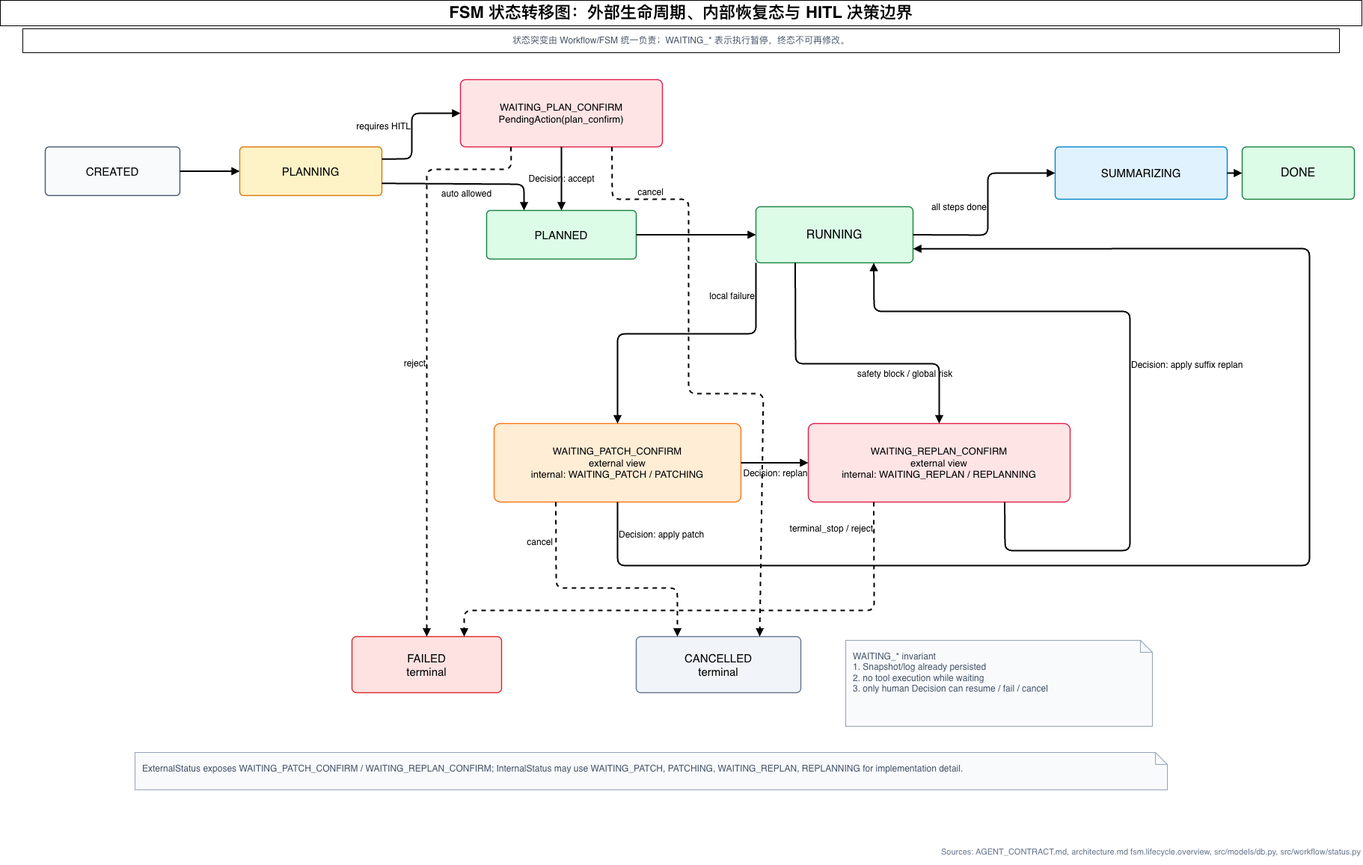
This is paper/figures/fsm-state-transition.drawio.png from Yuri-Kon/thesis-project, a draw.io export, as it was before one commit. Source tidied: cells renumbered, new cells last; positions are measured from the earlier drawing's top-left corner, leaving out a move shared by most shapes.
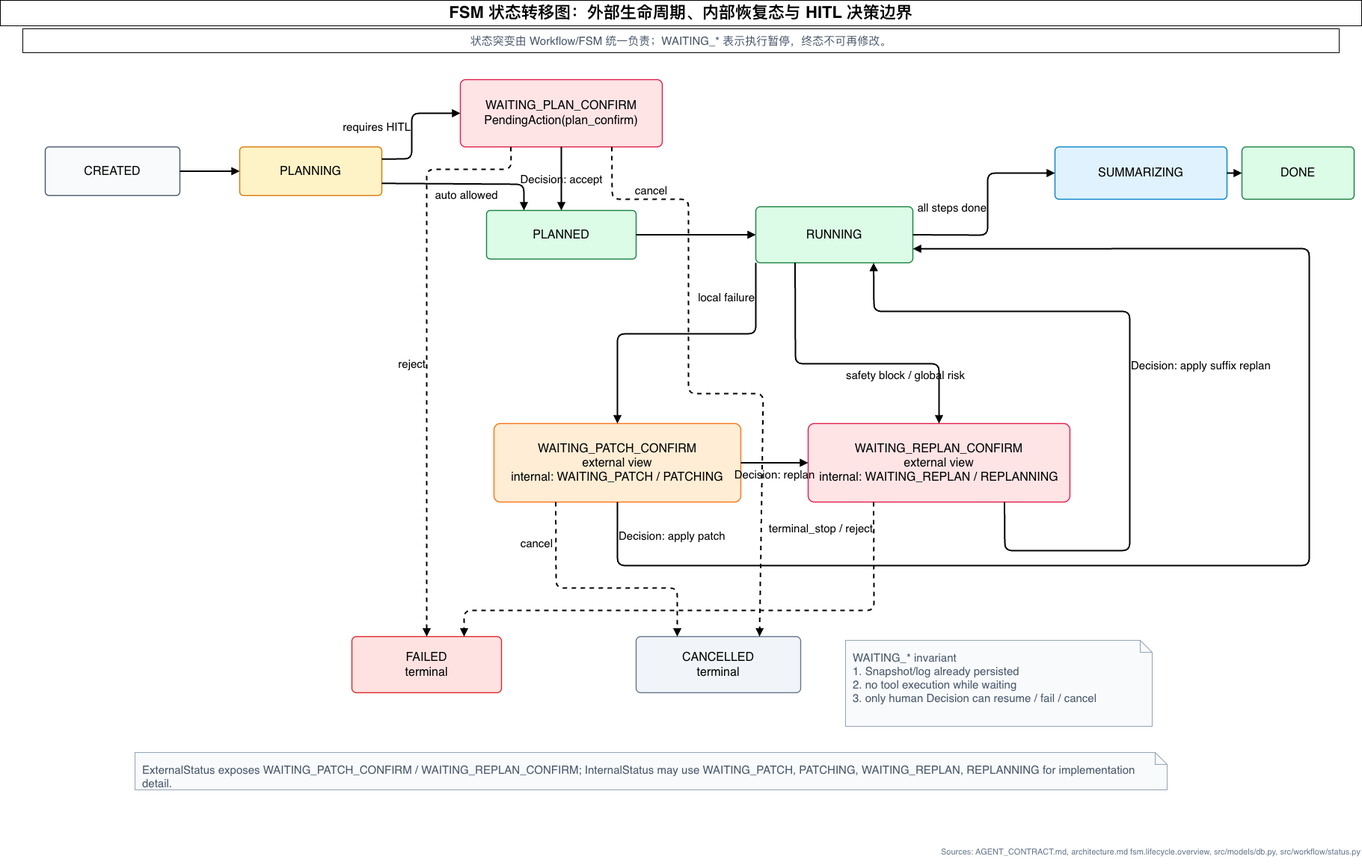
The same file after the commit.

The edit, as a diff of the source:
```diff
@@ -7,15 +7,15 @@
     </mxCell>
-    <mxCell id="3" value="状态突变由 Workflow/FSM 统一负责；WAITING_* 表示执行暂停，终态不可再修改。" style="fontFamily=Helvetica;fontSize=12;fontColor=#475569;align=center;verticalAlign=middle;whiteSpace=wrap;html=1;" parent="1" vertex="1">
+    <mxCell id="3" value="&lt;font style=&quot;font-size: 15px;&quot;&gt;状态突变由 Workflow/FSM 统一负责；WAITING_* 表示执行暂停，终态不可再修改。&lt;/font&gt;" style="fontFamily=Helvetica;fontSize=12;fontColor=#475569;align=center;verticalAlign=middle;whiteSpace=wrap;html=1;" parent="1" vertex="1">
       <mxGeometry x="30" y="38" width="1760" height="32" as="geometry" />
     </mxCell>
-    <mxCell id="4" value="CREATED" style="rounded=1;whiteSpace=wrap;html=1;arcSize=8;fillColor=#F8FAFC;strokeColor=#475569;strokeWidth=1.4;fontFamily=Helvetica;fontSize=15;align=center;verticalAlign=middle;spacing=8;" parent="1" vertex="1">
+    <mxCell id="4" value="CREATED" style="rounded=1;whiteSpace=wrap;html=1;arcSize=8;fillColor=#F8FAFC;strokeColor=#475569;strokeWidth=1.4;fontFamily=Helvetica;fontSize=16;align=center;verticalAlign=middle;spacing=8;" parent="1" vertex="1">
       <mxGeometry x="60" y="196" width="180" height="65" as="geometry" />
     </mxCell>
-    <mxCell id="5" value="PLANNING" style="rounded=1;whiteSpace=wrap;html=1;arcSize=8;fillColor=#FEF3C7;strokeColor=#D97706;strokeWidth=1.4;fontFamily=Helvetica;fontSize=15;align=center;verticalAlign=middle;spacing=8;" parent="1" vertex="1">
+    <mxCell id="5" value="PLANNING" style="rounded=1;whiteSpace=wrap;html=1;arcSize=8;fillColor=#FEF3C7;strokeColor=#D97706;strokeWidth=1.4;fontFamily=Helvetica;fontSize=16;align=center;verticalAlign=middle;spacing=8;" parent="1" vertex="1">
       <mxGeometry x="320" y="196" width="190" height="65" as="geometry" />
     </mxCell>
-    <mxCell id="6" value="WAITING_PLAN_CONFIRM&lt;br&gt;PendingAction(plan_confirm)" style="rounded=1;whiteSpace=wrap;html=1;arcSize=8;fillColor=#FFE4E6;strokeColor=#E11D48;strokeWidth=1.4;fontFamily=Helvetica;fontSize=13;align=center;verticalAlign=middle;spacing=8;" parent="1" vertex="1">
+    <mxCell id="6" value="WAITING_PLAN_CONFIRM&lt;br&gt;PendingAction(plan_confirm)" style="rounded=1;whiteSpace=wrap;html=1;arcSize=8;fillColor=#FFE4E6;strokeColor=#E11D48;strokeWidth=1.4;fontFamily=Helvetica;fontSize=16;align=center;verticalAlign=middle;spacing=8;" parent="1" vertex="1">
       <mxGeometry x="615" y="106" width="270" height="90" as="geometry" />
     </mxCell>
-    <mxCell id="7" value="PLANNED" style="rounded=1;whiteSpace=wrap;html=1;arcSize=8;fillColor=#DCFCE7;strokeColor=#15803D;strokeWidth=1.4;fontFamily=Helvetica;fontSize=15;align=center;verticalAlign=middle;spacing=8;" parent="1" vertex="1">
+    <mxCell id="7" value="PLANNED" style="rounded=1;whiteSpace=wrap;html=1;arcSize=8;fillColor=#DCFCE7;strokeColor=#15803D;strokeWidth=1.4;fontFamily=Helvetica;fontSize=16;align=center;verticalAlign=middle;spacing=8;" parent="1" vertex="1">
       <mxGeometry x="650" y="281" width="200" height="65" as="geometry" />
@@ -25,3 +25,3 @@
     </mxCell>
-    <mxCell id="9" value="SUMMARIZING" style="rounded=1;whiteSpace=wrap;html=1;arcSize=8;fillColor=#E0F2FE;strokeColor=#0284C7;strokeWidth=1.4;fontFamily=Helvetica;fontSize=15;align=center;verticalAlign=middle;spacing=8;" parent="1" vertex="1">
+    <mxCell id="9" value="SUMMARIZING" style="rounded=1;whiteSpace=wrap;html=1;arcSize=8;fillColor=#E0F2FE;strokeColor=#0284C7;strokeWidth=1.4;fontFamily=Helvetica;fontSize=16;align=center;verticalAlign=middle;spacing=8;" parent="1" vertex="1">
       <mxGeometry x="1410" y="196" width="230" height="70" as="geometry" />
@@ -31,12 +31,12 @@
     </mxCell>
-    <mxCell id="11" value="WAITING_PATCH_CONFIRM&lt;br&gt;external view&lt;br&gt;internal: WAITING_PATCH / PATCHING" style="rounded=1;whiteSpace=wrap;html=1;arcSize=8;fillColor=#FFEDD5;strokeColor=#F97316;strokeWidth=1.4;fontFamily=Helvetica;fontSize=13;align=center;verticalAlign=middle;spacing=8;" parent="1" vertex="1">
+    <mxCell id="11" value="WAITING_PATCH_CONFIRM&lt;br&gt;external view&lt;br&gt;internal: WAITING_PATCH / PATCHING" style="rounded=1;whiteSpace=wrap;html=1;arcSize=8;fillColor=#FFEDD5;strokeColor=#F97316;strokeWidth=1.4;fontFamily=Helvetica;fontSize=16;align=center;verticalAlign=middle;spacing=8;" parent="1" vertex="1">
       <mxGeometry x="660" y="566" width="330" height="105" as="geometry" />
     </mxCell>
-    <mxCell id="12" value="WAITING_REPLAN_CONFIRM&lt;br&gt;external view&lt;br&gt;internal: WAITING_REPLAN / REPLANNING" style="rounded=1;whiteSpace=wrap;html=1;arcSize=8;fillColor=#FFE4E6;strokeColor=#E11D48;strokeWidth=1.4;fontFamily=Helvetica;fontSize=13;align=center;verticalAlign=middle;spacing=8;" parent="1" vertex="1">
+    <mxCell id="12" value="WAITING_REPLAN_CONFIRM&lt;br&gt;external view&lt;br&gt;internal: WAITING_REPLAN / REPLANNING" style="rounded=1;whiteSpace=wrap;html=1;arcSize=8;fillColor=#FFE4E6;strokeColor=#E11D48;strokeWidth=1.4;fontFamily=Helvetica;fontSize=16;align=center;verticalAlign=middle;spacing=8;" parent="1" vertex="1">
       <mxGeometry x="1080" y="566" width="350" height="105" as="geometry" />
     </mxCell>
-    <mxCell id="13" value="FAILED&lt;br&gt;terminal" style="rounded=1;whiteSpace=wrap;html=1;arcSize=8;fillColor=#FEE2E2;strokeColor=#DC2626;strokeWidth=1.4;fontFamily=Helvetica;fontSize=15;align=center;verticalAlign=middle;spacing=8;" parent="1" vertex="1">
+    <mxCell id="13" value="FAILED&lt;br&gt;terminal" style="rounded=1;whiteSpace=wrap;html=1;arcSize=8;fillColor=#FEE2E2;strokeColor=#DC2626;strokeWidth=1.4;fontFamily=Helvetica;fontSize=16;align=center;verticalAlign=middle;spacing=8;" parent="1" vertex="1">
       <mxGeometry x="470" y="851" width="200" height="75" as="geometry" />
     </mxCell>
-    <mxCell id="14" value="CANCELLED&lt;br&gt;terminal" style="rounded=1;whiteSpace=wrap;html=1;arcSize=8;fillColor=#F1F5F9;strokeColor=#64748B;strokeWidth=1.4;fontFamily=Helvetica;fontSize=15;align=center;verticalAlign=middle;spacing=8;" parent="1" vertex="1">
+    <mxCell id="14" value="CANCELLED&lt;br&gt;terminal" style="rounded=1;whiteSpace=wrap;html=1;arcSize=8;fillColor=#F1F5F9;strokeColor=#64748B;strokeWidth=1.4;fontFamily=Helvetica;fontSize=16;align=center;verticalAlign=middle;spacing=8;" parent="1" vertex="1">
       <mxGeometry x="850" y="851" width="220" height="75" as="geometry" />
@@ -46,3 +46,3 @@
     </mxCell>
-    <mxCell id="16" value="requires HITL" style="endArrow=block;html=1;rounded=1;strokeWidth=2;fontSize=12;fontFamily=Helvetica;labelBackgroundColor=none;exitX=1;exitY=0.25;exitDx=0;exitDy=0;entryX=0;entryY=0.5;entryDx=0;entryDy=0;labelPosition=left;verticalLabelPosition=middle;align=right;verticalAlign=middle;" parent="1" edge="1" source="5" target="6">
+    <mxCell id="16" value="requires HITL" style="endArrow=block;html=1;rounded=1;strokeWidth=2;fontSize=15;fontFamily=Helvetica;labelBackgroundColor=none;exitX=1;exitY=0.25;exitDx=0;exitDy=0;entryX=0;entryY=0.5;entryDx=0;entryDy=0;labelPosition=left;verticalLabelPosition=middle;align=right;verticalAlign=middle;" parent="1" edge="1" source="5" target="6">
       <mxGeometry relative="1" as="geometry">
@@ -54,3 +54,3 @@
     </mxCell>
-    <mxCell id="17" value="auto allowed" style="endArrow=block;html=1;rounded=1;strokeWidth=2;fontSize=12;fontFamily=Helvetica;labelBackgroundColor=none;entryX=0.25;entryY=0;entryDx=0;entryDy=0;exitX=1;exitY=0.75;exitDx=0;exitDy=0;labelPosition=center;verticalLabelPosition=bottom;align=center;verticalAlign=top;" parent="1" edge="1" source="5" target="7">
+    <mxCell id="17" value="auto allowed" style="endArrow=block;html=1;rounded=1;strokeWidth=2;fontSize=15;fontFamily=Helvetica;labelBackgroundColor=none;entryX=0.25;entryY=0;entryDx=0;entryDy=0;exitX=1;exitY=0.75;exitDx=0;exitDy=0;labelPosition=center;verticalLabelPosition=bottom;align=center;verticalAlign=top;" parent="1" edge="1" source="5" target="7">
       <mxGeometry relative="1" as="geometry">
@@ -61,9 +61,9 @@
     </mxCell>
-    <mxCell id="18" value="Decision: accept" style="endArrow=block;html=1;rounded=1;strokeWidth=2;fontSize=12;fontFamily=Helvetica;labelBackgroundColor=none;" parent="1" edge="1" source="6" target="7">
+    <mxCell id="18" value="Decision: accept" style="endArrow=block;html=1;rounded=1;strokeWidth=2;fontSize=15;fontFamily=Helvetica;labelBackgroundColor=none;" parent="1" edge="1" source="6" target="7">
       <mxGeometry relative="1" as="geometry" />
     </mxCell>
-    <mxCell id="19" style="endArrow=block;html=1;rounded=1;strokeWidth=2;fontSize=12;fontFamily=Helvetica;labelBackgroundColor=none;" parent="1" edge="1" source="7" target="8">
+    <mxCell id="19" style="endArrow=block;html=1;rounded=1;strokeWidth=2;fontSize=15;fontFamily=Helvetica;labelBackgroundColor=none;" parent="1" edge="1" source="7" target="8">
       <mxGeometry relative="1" as="geometry" />
     </mxCell>
-    <mxCell id="20" value="all steps done" style="endArrow=block;html=1;rounded=1;strokeWidth=2;fontSize=12;fontFamily=Helvetica;labelBackgroundColor=none;exitX=1;exitY=0.5;exitDx=0;exitDy=0;entryX=0;entryY=0.5;entryDx=0;entryDy=0;labelPosition=left;verticalLabelPosition=middle;align=right;verticalAlign=middle;" parent="1" edge="1">
+    <mxCell id="20" value="all steps done" style="endArrow=block;html=1;rounded=1;strokeWidth=2;fontSize=15;fontFamily=Helvetica;labelBackgroundColor=none;exitX=1;exitY=0.5;exitDx=0;exitDy=0;entryX=0;entryY=0.5;entryDx=0;entryDy=0;labelPosition=left;verticalLabelPosition=middle;align=right;verticalAlign=middle;" parent="1" edge="1">
       <mxGeometry relative="1" as="geometry">
@@ -80,3 +80,3 @@
     </mxCell>
-    <mxCell id="22" value="local failure" style="endArrow=block;html=1;rounded=1;strokeWidth=2;fontSize=12;fontFamily=Helvetica;labelBackgroundColor=none;exitX=0;exitY=1;exitDx=0;exitDy=0;labelPosition=left;verticalLabelPosition=middle;align=right;verticalAlign=middle;" parent="1" edge="1" source="8" target="11">
+    <mxCell id="22" value="local failure" style="endArrow=block;html=1;rounded=1;strokeWidth=2;fontSize=15;fontFamily=Helvetica;labelBackgroundColor=none;exitX=0;exitY=1;exitDx=0;exitDy=0;labelPosition=left;verticalLabelPosition=middle;align=right;verticalAlign=middle;" parent="1" edge="1" source="8" target="11">
       <mxGeometry x="-0.78" relative="1" as="geometry">
@@ -89,3 +89,3 @@
     </mxCell>
-    <mxCell id="23" value="safety block / global risk" style="endArrow=block;html=1;rounded=1;strokeWidth=2;fontSize=12;fontFamily=Helvetica;labelBackgroundColor=none;exitX=0.25;exitY=1;exitDx=0;exitDy=0;labelPosition=center;verticalLabelPosition=bottom;align=center;verticalAlign=top;" parent="1" edge="1" source="8" target="12">
+    <mxCell id="23" value="safety block / global risk" style="endArrow=block;html=1;rounded=1;strokeWidth=2;fontSize=15;fontFamily=Helvetica;labelBackgroundColor=none;exitX=0.25;exitY=1;exitDx=0;exitDy=0;labelPosition=center;verticalLabelPosition=bottom;align=center;verticalAlign=top;" parent="1" edge="1" source="8" target="12">
       <mxGeometry x="0.39" relative="1" as="geometry">
@@ -97,3 +97,3 @@
     </mxCell>
-    <mxCell id="24" value="Decision: apply patch" style="endArrow=block;html=1;rounded=1;strokeWidth=2;fontSize=12;fontFamily=Helvetica;labelBackgroundColor=none;entryX=1;entryY=0.75;entryDx=0;entryDy=0;labelPosition=right;verticalLabelPosition=middle;align=left;verticalAlign=middle;" parent="1" edge="1" source="11" target="8">
+    <mxCell id="24" value="Decision: apply patch" style="endArrow=block;html=1;rounded=1;strokeWidth=2;fontSize=15;fontFamily=Helvetica;labelBackgroundColor=none;entryX=1;entryY=0.75;entryDx=0;entryDy=0;labelPosition=right;verticalLabelPosition=middle;align=left;verticalAlign=middle;" parent="1" edge="1" source="11" target="8">
       <mxGeometry x="-0.95" relative="1" as="geometry">
@@ -106,6 +106,6 @@
     </mxCell>
-    <mxCell id="25" value="Decision: replan" style="endArrow=block;html=1;rounded=1;strokeWidth=2;fontSize=12;fontFamily=Helvetica;labelBackgroundColor=none;labelPosition=center;verticalLabelPosition=bottom;align=center;verticalAlign=top;" parent="1" edge="1" source="11" target="12">
+    <mxCell id="25" value="Decision: replan" style="endArrow=block;html=1;rounded=1;strokeWidth=2;fontSize=15;fontFamily=Helvetica;labelBackgroundColor=none;labelPosition=center;verticalLabelPosition=bottom;align=center;verticalAlign=top;" parent="1" edge="1" source="11" target="12">
       <mxGeometry relative="1" as="geometry" />
     </mxCell>
-    <mxCell id="26" value="Decision: apply suffix replan" style="endArrow=block;html=1;rounded=1;strokeWidth=2;fontSize=12;fontFamily=Helvetica;labelBackgroundColor=none;entryX=0.75;entryY=1;entryDx=0;entryDy=0;exitX=0.75;exitY=1;exitDx=0;exitDy=0;labelPosition=right;verticalLabelPosition=middle;align=left;verticalAlign=middle;" parent="1" edge="1" source="12" target="8">
+    <mxCell id="26" value="Decision: apply suffix replan" style="endArrow=block;html=1;rounded=1;strokeWidth=2;fontSize=15;fontFamily=Helvetica;labelBackgroundColor=none;entryX=0.75;entryY=1;entryDx=0;entryDy=0;exitX=0.75;exitY=1;exitDx=0;exitDy=0;labelPosition=right;verticalLabelPosition=middle;align=left;verticalAlign=middle;" parent="1" edge="1" source="12" target="8">
       <mxGeometry relative="1" as="geometry">
@@ -119,3 +119,3 @@
     </mxCell>
-    <mxCell id="27" value="reject" style="endArrow=block;html=1;rounded=1;strokeWidth=2;fontSize=12;fontFamily=Helvetica;labelBackgroundColor=none;dashed=1;exitX=0.25;exitY=1;exitDx=0;exitDy=0;entryX=0.5;entryY=0;entryDx=0;entryDy=0;labelPosition=left;verticalLabelPosition=middle;align=right;verticalAlign=middle;" parent="1" edge="1" source="6" target="13">
+    <mxCell id="27" value="reject" style="endArrow=block;html=1;rounded=1;strokeWidth=2;fontSize=15;fontFamily=Helvetica;labelBackgroundColor=none;dashed=1;exitX=0.25;exitY=1;exitDx=0;exitDy=0;entryX=0.5;entryY=0;entryDx=0;entryDy=0;labelPosition=left;verticalLabelPosition=middle;align=right;verticalAlign=middle;" parent="1" edge="1" source="6" target="13">
       <mxGeometry x="0.05" relative="1" as="geometry">
@@ -127,3 +127,3 @@
     </mxCell>
-    <mxCell id="28" value="cancel" style="endArrow=block;html=1;rounded=1;strokeWidth=2;fontSize=12;fontFamily=Helvetica;labelBackgroundColor=none;dashed=1;exitX=0.75;exitY=1;exitDx=0;exitDy=0;entryX=0.75;entryY=0;entryDx=0;entryDy=0;labelPosition=center;verticalLabelPosition=top;align=center;verticalAlign=bottom;" parent="1" edge="1" source="6" target="14">
+    <mxCell id="28" value="cancel" style="endArrow=block;html=1;rounded=1;strokeWidth=2;fontSize=15;fontFamily=Helvetica;labelBackgroundColor=none;dashed=1;exitX=0.75;exitY=1;exitDx=0;exitDy=0;entryX=0.75;entryY=0;entryDx=0;entryDy=0;labelPosition=center;verticalLabelPosition=top;align=center;verticalAlign=bottom;" parent="1" edge="1" source="6" target="14">
       <mxGeometry x="-0.72" relative="1" as="geometry">
@@ -137,3 +137,3 @@
     </mxCell>
-    <mxCell id="29" value="cancel" style="endArrow=block;html=1;rounded=1;strokeWidth=2;fontSize=12;fontFamily=Helvetica;labelBackgroundColor=none;dashed=1;exitX=0.25;exitY=1;exitDx=0;exitDy=0;entryX=0.25;entryY=0;entryDx=0;entryDy=0;labelPosition=left;verticalLabelPosition=middle;align=right;verticalAlign=middle;" parent="1" edge="1" source="11" target="14">
+    <mxCell id="29" value="cancel" style="endArrow=block;html=1;rounded=1;strokeWidth=2;fontSize=15;fontFamily=Helvetica;labelBackgroundColor=none;dashed=1;exitX=0.25;exitY=1;exitDx=0;exitDy=0;entryX=0.25;entryY=0;entryDx=0;entryDy=0;labelPosition=left;verticalLabelPosition=middle;align=right;verticalAlign=middle;" parent="1" edge="1" source="11" target="14">
       <mxGeometry x="-0.68" y="-3" relative="1" as="geometry">
@@ -145,3 +145,3 @@
     </mxCell>
-    <mxCell id="30" value="terminal_stop / reject" style="endArrow=block;html=1;rounded=1;strokeWidth=2;fontSize=12;fontFamily=Helvetica;labelBackgroundColor=none;dashed=1;exitX=0.25;exitY=1;exitDx=0;exitDy=0;entryX=0.75;entryY=0;entryDx=0;entryDy=0;labelPosition=left;verticalLabelPosition=middle;align=right;verticalAlign=middle;" parent="1" edge="1" source="12" target="13">
+    <mxCell id="30" value="terminal_stop / reject" style="endArrow=block;html=1;rounded=1;strokeWidth=2;fontSize=15;fontFamily=Helvetica;labelBackgroundColor=none;dashed=1;exitX=0.25;exitY=1;exitDx=0;exitDy=0;entryX=0.75;entryY=0;entryDx=0;entryDy=0;labelPosition=left;verticalLabelPosition=middle;align=right;verticalAlign=middle;" parent="1" edge="1" source="12" target="13">
       <mxGeometry x="-0.9" relative="1" as="geometry">
@@ -153,6 +153,6 @@
     </mxCell>
-    <mxCell id="31" value="WAITING_* invariant&lt;br&gt;1. Snapshot/log already persisted&lt;br&gt;2. no tool execution while waiting&lt;br&gt;3. only human Decision can resume / fail / cancel" style="shape=note;whiteSpace=wrap;html=1;size=16;fillColor=#F8FAFC;strokeColor=#94A3B8;fontFamily=Helvetica;fontSize=13;fontSize=12;fontColor=#475569;align=left;verticalAlign=top;spacing=10;" parent="1" vertex="1">
+    <mxCell id="31" value="&lt;font style=&quot;font-size: 15px;&quot;&gt;WAITING_* invariant&lt;br&gt;1. Snapshot/log already persisted&lt;br&gt;2. no tool execution while waiting&lt;br&gt;3. only human Decision can resume / fail / cancel&lt;/font&gt;" style="shape=note;whiteSpace=wrap;html=1;size=16;fillColor=#F8FAFC;strokeColor=#94A3B8;fontFamily=Helvetica;fontSize=13;fontSize=12;fontColor=#475569;align=left;verticalAlign=top;spacing=10;" parent="1" vertex="1">
       <mxGeometry x="1130" y="856" width="410" height="115" as="geometry" />
     </mxCell>
-    <mxCell id="32" value="ExternalStatus exposes WAITING_PATCH_CONFIRM / WAITING_REPLAN_CONFIRM; InternalStatus may use WAITING_PATCH, PATCHING, WAITING_REPLAN, REPLANNING for implementation detail." style="shape=note;whiteSpace=wrap;html=1;size=16;fillColor=#F8FAFC;strokeColor=#94A3B8;fontFamily=Helvetica;fontSize=13;fontSize=12;fontColor=#475569;align=left;verticalAlign=top;spacing=10;" parent="1" vertex="1">
+    <mxCell id="32" value="&lt;font style=&quot;font-size: 15px;&quot;&gt;ExternalStatus exposes WAITING_PATCH_CONFIRM / WAITING_REPLAN_CONFIRM; InternalStatus may use WAITING_PATCH, PATCHING, WAITING_REPLAN, REPLANNING for implementation detail.&lt;/font&gt;" style="shape=note;whiteSpace=wrap;html=1;size=16;fillColor=#F8FAFC;strokeColor=#94A3B8;fontFamily=Helvetica;fontSize=13;fontSize=12;fontColor=#475569;align=left;verticalAlign=top;spacing=10;" parent="1" vertex="1">
       <mxGeometry x="180" y="1006" width="1380" height="50" as="geometry" />
```
